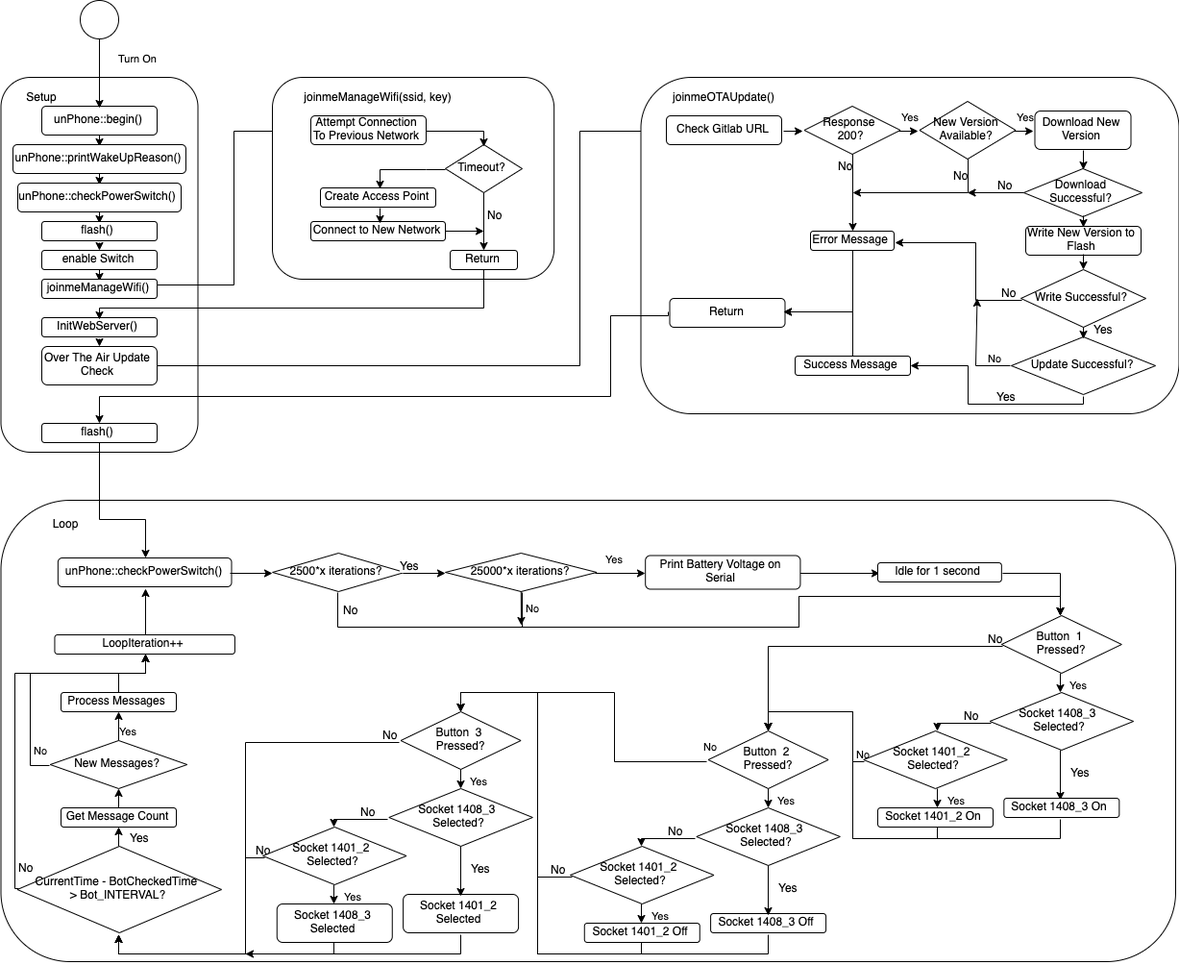
LukePeacock/COM3505-Internet-Of-Things keeps this draw.io diagram as MyProjectThing/doc/startup-loop-states.png. Above is the earlier version. Source tidied: cells renumbered, new cells last; positions are measured from the earlier drawing's top-left corner, leaving out a move shared by most shapes.
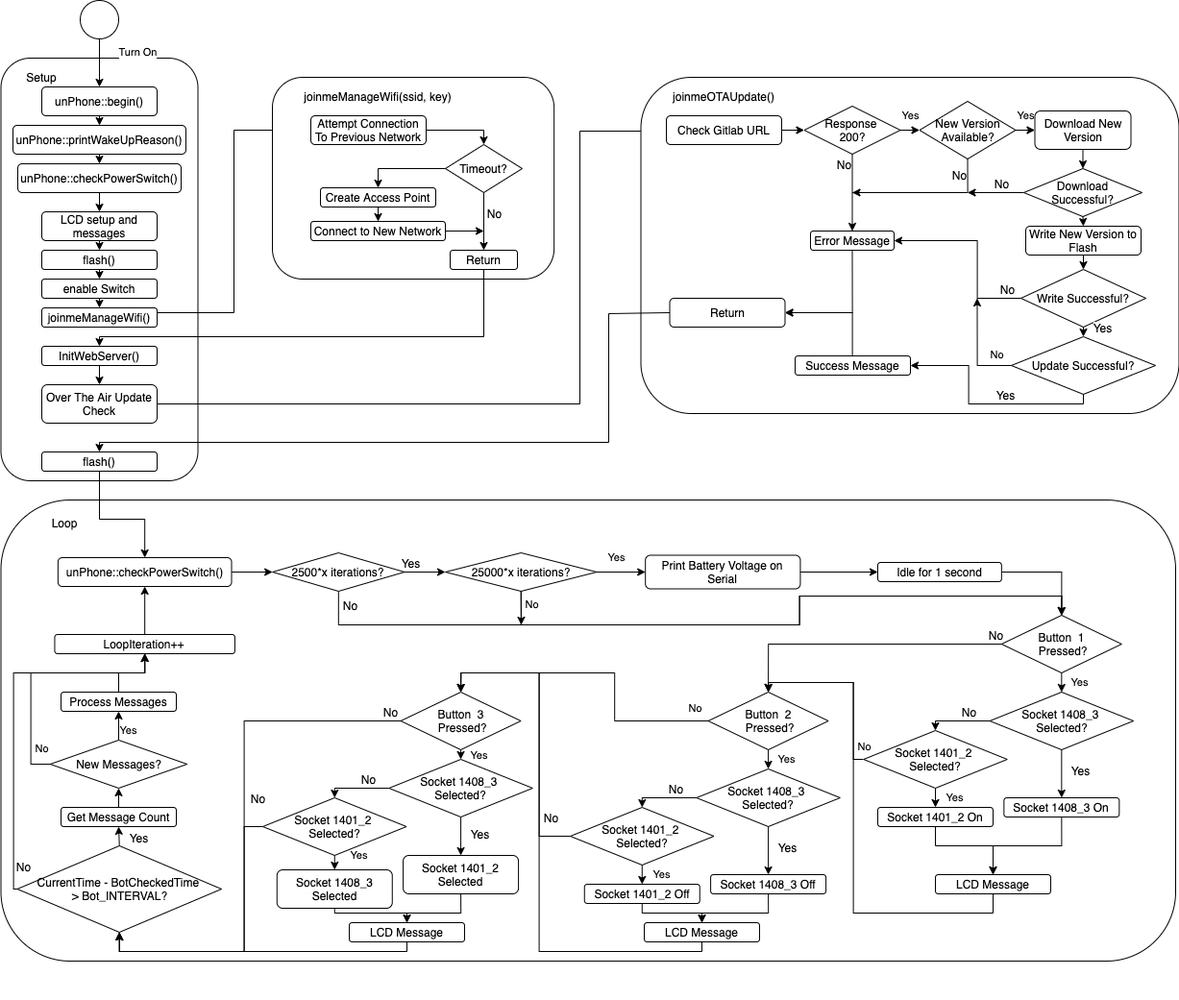
After the commit.

What changed in the source:
```diff
@@ -8,6 +8,6 @@
     <mxCell id="3" style="rounded=1;whiteSpace=wrap;html=1;" parent="1" vertex="1">
-      <mxGeometry x="-0.5" y="80" width="205" height="390" as="geometry" />
+      <mxGeometry x="-0.5" y="60" width="205" height="440" as="geometry" />
     </mxCell>
     <mxCell id="4" value="Setup" style="text;html=1;strokeColor=none;fillColor=none;align=center;verticalAlign=middle;whiteSpace=wrap;rounded=0;" parent="1" vertex="1">
-      <mxGeometry x="22" y="90" width="40" height="20" as="geometry" />
+      <mxGeometry x="22" y="70" width="40" height="20" as="geometry" />
     </mxCell>
@@ -17,3 +17,3 @@
     <mxCell id="6" value="unPhone::begin()" style="rounded=1;whiteSpace=wrap;html=1;" parent="1" vertex="1">
-      <mxGeometry x="42" y="110" width="120" height="30" as="geometry" />
+      <mxGeometry x="42" y="90" width="120" height="30" as="geometry" />
     </mxCell>
@@ -26,9 +26,9 @@
     <mxCell id="9" value="unPhone::printWakeUpReason()" style="rounded=1;whiteSpace=wrap;html=1;" parent="1" vertex="1">
-      <mxGeometry x="12" y="150" width="180" height="30" as="geometry" />
+      <mxGeometry x="12" y="130" width="180" height="30" as="geometry" />
     </mxCell>
-    <mxCell id="10" style="edgeStyle=orthogonalEdgeStyle;rounded=0;jettySize=auto;html=1;exitX=0.5;exitY=1;exitDx=0;exitDy=0;entryX=0.5;entryY=0;entryDx=0;entryDy=0;" parent="1" edge="1" source="11" target="13">
-      <mxGeometry relative="1" as="geometry" />
-    </mxCell>
+    <mxCell id="156" style="edgeStyle=orthogonalEdgeStyle;rounded=0;jettySize=auto;html=1;exitX=0.5;exitY=1;exitDx=0;exitDy=0;entryX=0.5;entryY=0;entryDx=0;entryDy=0;" parent="1" edge="1" source="11" target="169">
+      <mxGeometry relative="1" as="geometry" />
+    </mxCell>
     <mxCell id="11" value="unPhone::checkPowerSwitch()" style="rounded=1;whiteSpace=wrap;html=1;" parent="1" vertex="1">
-      <mxGeometry x="17" y="190" width="170" height="30" as="geometry" />
+      <mxGeometry x="17" y="170" width="170" height="30" as="geometry" />
     </mxCell>
@@ -38,3 +38,3 @@
     <mxCell id="13" value="flash()" style="rounded=1;whiteSpace=wrap;html=1;" parent="1" vertex="1">
-      <mxGeometry x="42" y="230" width="120" height="20" as="geometry" />
+      <mxGeometry x="42" y="260" width="120" height="20" as="geometry" />
     </mxCell>
@@ -44,6 +44,6 @@
     <mxCell id="15" value="enable Switch" style="rounded=1;whiteSpace=wrap;html=1;" parent="1" vertex="1">
-      <mxGeometry x="42" y="260" width="120" height="20" as="geometry" />
+      <mxGeometry x="42" y="290" width="120" height="20" as="geometry" />
     </mxCell>
     <mxCell id="16" value="flash()" style="rounded=1;whiteSpace=wrap;html=1;" parent="1" vertex="1">
-      <mxGeometry x="42" y="440" width="120" height="20" as="geometry" />
+      <mxGeometry x="42" y="470" width="120" height="20" as="geometry" />
     </mxCell>
@@ -53,3 +53,3 @@
     <mxCell id="18" value="joinmeManageWifi()" style="rounded=1;whiteSpace=wrap;html=1;" parent="1" vertex="1">
-      <mxGeometry x="42" y="290" width="120" height="20" as="geometry" />
+      <mxGeometry x="42" y="320" width="120" height="20" as="geometry" />
     </mxCell>
@@ -59,3 +59,3 @@
     <mxCell id="20" value="InitWebServer()" style="rounded=1;whiteSpace=wrap;html=1;" parent="1" vertex="1">
-      <mxGeometry x="42" y="330" width="120" height="20" as="geometry" />
+      <mxGeometry x="42" y="360" width="120" height="20" as="geometry" />
     </mxCell>
@@ -64,3 +64,3 @@
         <Array as="points">
-          <mxPoint x="602" y="380" />
+          <mxPoint x="602" y="420" />
           <mxPoint x="602" y="136" />
@@ -70,3 +70,3 @@
     <mxCell id="22" value="Over The Air Update Check" style="rounded=1;whiteSpace=wrap;html=1;" parent="1" vertex="1">
-      <mxGeometry x="42" y="360" width="120" height="40" as="geometry" />
+      <mxGeometry x="42" y="400" width="120" height="40" as="geometry" />
     </mxCell>
@@ -125,4 +125,4 @@
         <Array as="points">
-          <mxPoint x="502" y="320" />
-          <mxPoint x="102" y="320" />
+          <mxPoint x="502" y="350" />
+          <mxPoint x="102" y="350" />
         </Array>
@@ -277,5 +277,6 @@
         <Array as="points">
+          <mxPoint x="696" y="326" />
           <mxPoint x="632" y="326" />
-          <mxPoint x="632" y="410" />
-          <mxPoint x="102" y="410" />
+          <mxPoint x="632" y="460" />
+          <mxPoint x="102" y="460" />
         </Array>
@@ -284,3 +285,3 @@
     <mxCell id="74" style="group;" parent="1" vertex="1">
-      <mxGeometry x="-0.5" y="520" width="1222.5" height="480" as="geometry" />
+      <mxGeometry x="-0.5" y="520" width="1222.5" height="520" as="geometry" />
     </mxCell>
@@ -395,2 +396,10 @@
     </mxCell>
+    <mxCell id="157" style="edgeStyle=orthogonalEdgeStyle;rounded=0;jettySize=auto;html=1;exitX=0.5;exitY=1;exitDx=0;exitDy=0;entryX=0.5;entryY=0;entryDx=0;entryDy=0;" parent="74" edge="1" source="102" target="163">
+      <mxGeometry relative="1" as="geometry">
+        <Array as="points">
+          <mxPoint x="1104" y="360" />
+          <mxPoint x="1033" y="360" />
+        </Array>
+      </mxGeometry>
+    </mxCell>
     <mxCell id="102" value="Socket 1408_3 On" style="rounded=1;whiteSpace=wrap;html=1;" parent="74" vertex="1">
@@ -398,12 +407,2 @@
     </mxCell>
-    <mxCell id="103" style="edgeStyle=orthogonalEdgeStyle;rounded=0;jettySize=auto;html=1;exitX=0.5;exitY=1;exitDx=0;exitDy=0;entryX=0.5;entryY=0;entryDx=0;entryDy=0;" parent="74" edge="1" source="104" target="110">
-      <mxGeometry relative="1" as="geometry">
-        <Array as="points">
-          <mxPoint x="973" y="350" />
-          <mxPoint x="887" y="350" />
-          <mxPoint x="887" y="220" />
-          <mxPoint x="799" y="220" />
-        </Array>
-      </mxGeometry>
-    </mxCell>
     <mxCell id="104" value="Socket 1401_2 On" style="rounded=1;whiteSpace=wrap;html=1;" parent="74" vertex="1">
@@ -418,4 +417,4 @@
           <mxPoint x="887" y="270" />
-          <mxPoint x="887" y="220" />
-          <mxPoint x="799" y="220" />
+          <mxPoint x="887" y="190" />
+          <mxPoint x="799" y="190" />
         </Array>
@@ -432,9 +431,9 @@
     <mxCell id="109" value="No" style="edgeStyle=orthogonalEdgeStyle;rounded=0;jettySize=auto;html=1;exitX=0;exitY=0.5;exitDx=0;exitDy=0;entryX=0.5;entryY=0;entryDx=0;entryDy=0;" parent="74" edge="1" source="110" target="126">
-      <mxGeometry x="-0.35" y="-100" relative="1" as="geometry" />
+      <mxGeometry x="-0.32" y="-84" relative="1" as="geometry" />
     </mxCell>
     <mxCell id="110" value="Button&amp;nbsp; 2&lt;br&gt;&amp;nbsp;Pressed?" style="rhombus;whiteSpace=wrap;html=1;" parent="74" vertex="1">
-      <mxGeometry x="736.1" y="240" width="125" height="60" as="geometry" />
+      <mxGeometry x="736.1" y="200" width="125" height="60" as="geometry" />
     </mxCell>
     <mxCell id="111" value="Socket 1408_3 &lt;br&gt;Selected?" style="rhombus;whiteSpace=wrap;html=1;" parent="74" vertex="1">
-      <mxGeometry x="723.8" y="320" width="149.5" height="60" as="geometry" />
+      <mxGeometry x="723.8" y="280" width="149.5" height="60" as="geometry" />
     </mxCell>
@@ -443,4 +442,7 @@
     </mxCell>
+    <mxCell id="158" style="edgeStyle=orthogonalEdgeStyle;rounded=0;jettySize=auto;html=1;exitX=0.5;exitY=1;exitDx=0;exitDy=0;entryX=0.5;entryY=0;entryDx=0;entryDy=0;" parent="74" edge="1" source="113" target="165">
+      <mxGeometry relative="1" as="geometry" />
+    </mxCell>
     <mxCell id="113" value="Socket 1408_3 Off" style="rounded=1;whiteSpace=wrap;html=1;" parent="74" vertex="1">
-      <mxGeometry x="738.6" y="430" width="120" height="20" as="geometry" />
+      <mxGeometry x="738.6" y="390" width="120" height="20" as="geometry" />
     </mxCell>
@@ -454,14 +456,12 @@
     </mxCell>
-    <mxCell id="116" style="edgeStyle=orthogonalEdgeStyle;rounded=0;jettySize=auto;html=1;entryX=0.5;entryY=0;entryDx=0;entryDy=0;exitX=0.5;exitY=1;exitDx=0;exitDy=0;" parent="74" edge="1" source="117" target="126">
-      <mxGeometry relative="1" as="geometry">
-        <Array as="points">
-          <mxPoint x="667" y="470" />
-          <mxPoint x="560" y="470" />
-          <mxPoint x="560" y="200" />
-          <mxPoint x="479" y="200" />
-        </Array>
-      </mxGeometry>
-    </mxCell>
+    <mxCell id="159" style="edgeStyle=orthogonalEdgeStyle;rounded=0;jettySize=auto;html=1;exitX=0.5;exitY=1;exitDx=0;exitDy=0;entryX=0.5;entryY=0;entryDx=0;entryDy=0;" parent="74" edge="1" source="117" target="165">
+      <mxGeometry relative="1" as="geometry">
+        <Array as="points">
+          <mxPoint x="667" y="430" />
+          <mxPoint x="730" y="430" />
+        </Array>
+      </mxGeometry>
+    </mxCell>
     <mxCell id="117" value="Socket 1401_2 Off" style="rounded=1;whiteSpace=wrap;html=1;" parent="74" vertex="1">
-      <mxGeometry x="607.3" y="440" width="120" height="20" as="geometry" />
+      <mxGeometry x="607.3" y="400" width="120" height="20" as="geometry" />
     </mxCell>
@@ -473,5 +473,5 @@
         <Array as="points">
-          <mxPoint x="560" y="390" />
-          <mxPoint x="560" y="200" />
-          <mxPoint x="479" y="200" />
+          <mxPoint x="560" y="350" />
+          <mxPoint x="560" y="180" />
+          <mxPoint x="479" y="180" />
         </Array>
@@ -481,3 +481,3 @@
       <mxGeometry x="-0.93" relative="1" as="geometry">
-        <mxPoint x="-4.9" y="-10.1" as="offset" />
+        <mxPoint x="-9.1" y="-20" as="offset" />
       </mxGeometry>
@@ -485,3 +485,3 @@
     <mxCell id="121" value="Socket 1401_2&amp;nbsp;&lt;br&gt;Selected?" style="rhombus;whiteSpace=wrap;html=1;" parent="74" vertex="1">
-      <mxGeometry x="592.5" y="360" width="149.5" height="60" as="geometry" />
+      <mxGeometry x="592.5" y="320" width="149.5" height="60" as="geometry" />
     </mxCell>
@@ -490,3 +490,3 @@
         <Array as="points">
-          <mxPoint x="667.8" y="350" />
+          <mxPoint x="667.8" y="310" />
         </Array>
@@ -502,3 +502,3 @@
         <Array as="points">
-          <mxPoint x="253" y="250" />
+          <mxPoint x="253" y="230" />
           <mxPoint x="253" y="470" />
@@ -514,12 +514,17 @@
     <mxCell id="126" value="Button&amp;nbsp; 3&lt;br&gt;&amp;nbsp;Pressed?" style="rhombus;whiteSpace=wrap;html=1;" parent="74" vertex="1">
-      <mxGeometry x="416.1" y="220" width="125" height="60" as="geometry" />
+      <mxGeometry x="416.1" y="200" width="125" height="60" as="geometry" />
     </mxCell>
     <mxCell id="127" value="Socket 1408_3 &lt;br&gt;Selected?" style="rhombus;whiteSpace=wrap;html=1;" parent="74" vertex="1">
-      <mxGeometry x="403.8" y="300" width="149.5" height="60" as="geometry" />
+      <mxGeometry x="403.8" y="270" width="149.5" height="60" as="geometry" />
     </mxCell>
-    <mxCell id="128" value="Yes" style="edgeStyle=orthogonalEdgeStyle;rounded=0;jettySize=auto;html=1;exitX=0.5;exitY=1;exitDx=0;exitDy=0;entryX=0.5;entryY=0;entryDx=0;entryDy=0;" parent="74" edge="1" source="126" target="127">
-      <mxGeometry x="0.02" y="19" relative="1" as="geometry" />
+    <mxCell id="128" value="Yes" style="edgeStyle=orthogonalEdgeStyle;rounded=0;jettySize=auto;html=1;exitX=0.5;exitY=1;exitDx=0;exitDy=0;" parent="74" edge="1" source="126">
+      <mxGeometry x="0.02" y="19" relative="1" as="geometry">
+        <mxPoint x="478.5" y="270" as="targetPoint" />
+      </mxGeometry>
     </mxCell>
+    <mxCell id="160" style="edgeStyle=orthogonalEdgeStyle;rounded=0;jettySize=auto;html=1;exitX=0.5;exitY=1;exitDx=0;exitDy=0;entryX=0.5;entryY=0;entryDx=0;entryDy=0;" parent="74" edge="1" source="129" target="167">
+      <mxGeometry relative="1" as="geometry" />
+    </mxCell>
     <mxCell id="129" value="Socket 1401_2 Selected" style="rounded=1;whiteSpace=wrap;html=1;" parent="74" vertex="1">
-      <mxGeometry x="418.6" y="410" width="120" height="40" as="geometry" />
+      <mxGeometry x="418.6" y="370" width="120" height="40" as="geometry" />
     </mxCell>
@@ -533,21 +538,20 @@
     </mxCell>
-    <mxCell id="132" style="edgeStyle=orthogonalEdgeStyle;rounded=0;jettySize=auto;html=1;exitX=0.5;exitY=1;exitDx=0;exitDy=0;entryX=0.5;entryY=1;entryDx=0;entryDy=0;" parent="74" edge="1" source="133" target="146">
-      <mxGeometry relative="1" as="geometry">
-        <Array as="points">
-          <mxPoint x="347" y="470" />
-          <mxPoint x="123" y="470" />
-        </Array>
-      </mxGeometry>
-    </mxCell>
+    <mxCell id="161" style="edgeStyle=orthogonalEdgeStyle;rounded=0;jettySize=auto;html=1;exitX=0.5;exitY=1;exitDx=0;exitDy=0;entryX=0.5;entryY=0;entryDx=0;entryDy=0;" parent="74" edge="1" source="133" target="167">
+      <mxGeometry relative="1" as="geometry">
+        <Array as="points">
+          <mxPoint x="347" y="430" />
+          <mxPoint x="423" y="430" />
+        </Array>
+      </mxGeometry>
+    </mxCell>
     <mxCell id="133" value="Socket 1408_3 Selected" style="rounded=1;whiteSpace=wrap;html=1;" parent="74" vertex="1">
-      <mxGeometry x="287.3" y="420" width="120" height="40" as="geometry" />
+      <mxGeometry x="287.3" y="385" width="120" height="40" as="geometry" />
     </mxCell>
     <mxCell id="134" value="Yes" style="edgeStyle=orthogonalEdgeStyle;rounded=0;jettySize=auto;html=1;exitX=0.5;exitY=1;exitDx=0;exitDy=0;entryX=0.5;entryY=0;entryDx=0;entryDy=0;" parent="74" edge="1" source="137" target="133">
-      <mxGeometry y="20" relative="1" as="geometry" />
+      <mxGeometry x="-1" y="25" relative="1" as="geometry" />
     </mxCell>
-    <mxCell id="135" style="edgeStyle=orthogonalEdgeStyle;rounded=0;jettySize=auto;html=1;exitX=0;exitY=0.5;exitDx=0;exitDy=0;entryX=0.5;entryY=1;entryDx=0;entryDy=0;" parent="74" edge="1" target="146">
+    <mxCell id="135" style="edgeStyle=orthogonalEdgeStyle;rounded=0;jettySize=auto;html=1;exitX=0;exitY=0.5;exitDx=0;exitDy=0;entryX=0.5;entryY=1;entryDx=0;entryDy=0;" parent="74" edge="1" source="137" target="146">
       <mxGeometry relative="1" as="geometry">
-        <mxPoint x="273.5" y="370" as="sourcePoint" />
         <Array as="points">
-          <mxPoint x="253" y="370" />
+          <mxPoint x="253" y="340" />
           <mxPoint x="253" y="470" />
@@ -559,3 +563,3 @@
       <mxGeometry x="-0.96" y="1" relative="1" as="geometry">
-        <mxPoint y="-11.2" as="offset" />
+        <mxPoint y="-31.2" as="offset" />
       </mxGeometry>
@@ -563,3 +567,3 @@
     <mxCell id="137" value="Socket 1401_2&amp;nbsp;&lt;br&gt;Selected?" style="rhombus;whiteSpace=wrap;html=1;" parent="74" vertex="1">
-      <mxGeometry x="272.5" y="340" width="149.5" height="60" as="geometry" />
+      <mxGeometry x="272.5" y="310" width="149.5" height="60" as="geometry" />
     </mxCell>
@@ -568,3 +572,3 @@
         <Array as="points">
-          <mxPoint x="347.8" y="330" />
+          <mxPoint x="347" y="300" />
         </Array>
@@ -577,23 +581,2 @@
     </mxCell>
-    <mxCell id="140" style="edgeStyle=orthogonalEdgeStyle;rounded=0;jettySize=auto;html=1;exitX=0.5;exitY=1;exitDx=0;exitDy=0;entryX=0.5;entryY=0;entryDx=0;entryDy=0;" parent="74" edge="1" source="102">
-      <mxGeometry relative="1" as="geometry">
-        <mxPoint x="798.6" y="240.1" as="targetPoint" />
-        <Array as="points">
-          <mxPoint x="1104" y="350" />
-          <mxPoint x="887" y="350" />
-          <mxPoint x="887" y="220" />
-          <mxPoint x="799" y="220" />
-        </Array>
-      </mxGeometry>
-    </mxCell>
-    <mxCell id="141" style="edgeStyle=orthogonalEdgeStyle;rounded=0;jettySize=auto;html=1;exitX=0.5;exitY=1;exitDx=0;exitDy=0;entryX=0.5;entryY=0;entryDx=0;entryDy=0;" parent="74" edge="1" source="113" target="126">
-      <mxGeometry relative="1" as="geometry">
-        <Array as="points">
-          <mxPoint x="799" y="470" />
-          <mxPoint x="560" y="470" />
-          <mxPoint x="560" y="200" />
-          <mxPoint x="479" y="200" />
-        </Array>
-      </mxGeometry>
-    </mxCell>
     <mxCell id="142" style="edgeStyle=orthogonalEdgeStyle;rounded=0;jettySize=auto;html=1;exitX=0.5;exitY=0;exitDx=0;exitDy=0;entryX=0.5;entryY=1;entryDx=0;entryDy=0;" parent="74" edge="1" source="146" target="153">
@@ -650,2 +633,39 @@
     </mxCell>
+    <mxCell id="162" style="edgeStyle=orthogonalEdgeStyle;rounded=0;jettySize=auto;html=1;exitX=0.5;exitY=1;exitDx=0;exitDy=0;entryX=0.5;entryY=0;entryDx=0;entryDy=0;" parent="74" edge="1" source="163" target="110">
+      <mxGeometry relative="1" as="geometry">
+        <Array as="points">
+          <mxPoint x="1033" y="430" />
+          <mxPoint x="887" y="430" />
+          <mxPoint x="887" y="190" />
+          <mxPoint x="799" y="190" />
+        </Array>
+      </mxGeometry>
+    </mxCell>
+    <mxCell id="163" value="LCD Message" style="rounded=1;whiteSpace=wrap;html=1;" parent="74" vertex="1">
+      <mxGeometry x="972.5" y="390" width="120" height="20" as="geometry" />
+    </mxCell>
+    <mxCell id="164" style="edgeStyle=orthogonalEdgeStyle;rounded=0;jettySize=auto;html=1;exitX=0.5;exitY=1;exitDx=0;exitDy=0;entryX=0.5;entryY=0;entryDx=0;entryDy=0;" parent="74" edge="1" source="165" target="126">
+      <mxGeometry relative="1" as="geometry">
+        <Array as="points">
+          <mxPoint x="730" y="470" />
+          <mxPoint x="560" y="470" />
+          <mxPoint x="560" y="180" />
+          <mxPoint x="479" y="180" />
+        </Array>
+      </mxGeometry>
+    </mxCell>
+    <mxCell id="165" value="LCD Message" style="rounded=1;whiteSpace=wrap;html=1;" parent="74" vertex="1">
+      <mxGeometry x="669.5" y="440" width="120" height="20" as="geometry" />
+    </mxCell>
+    <mxCell id="166" style="edgeStyle=orthogonalEdgeStyle;rounded=0;jettySize=auto;html=1;exitX=0.5;exitY=1;exitDx=0;exitDy=0;entryX=0.5;entryY=1;entryDx=0;entryDy=0;" parent="74" edge="1" source="167" target="146">
+      <mxGeometry relative="1" as="geometry">
+        <Array as="points">
+          <mxPoint x="423" y="470" />
+          <mxPoint x="123" y="470" />
+        </Array>
+      </mxGeometry>
+    </mxCell>
+    <mxCell id="167" value="LCD Message" style="rounded=1;whiteSpace=wrap;html=1;" parent="74" vertex="1">
+      <mxGeometry x="362.5" y="440" width="120" height="20" as="geometry" />
+    </mxCell>
     <mxCell id="154" style="edgeStyle=orthogonalEdgeStyle;rounded=0;jettySize=auto;html=1;exitX=0.5;exitY=1;exitDx=0;exitDy=0;entryX=0.5;entryY=0;entryDx=0;entryDy=0;" parent="1" edge="1" source="16" target="77">
@@ -658,10 +678,17 @@
     </mxCell>
-    <mxCell id="155" style="edgeStyle=orthogonalEdgeStyle;rounded=0;jettySize=auto;html=1;exitX=0.5;exitY=1;exitDx=0;exitDy=0;" parent="1" edge="1" source="129">
-      <mxGeometry relative="1" as="geometry">
-        <mxPoint x="252" y="990" as="targetPoint" />
-        <Array as="points">
-          <mxPoint x="478" y="990" />
-        </Array>
-      </mxGeometry>
-    </mxCell>
+    <mxCell id="168" style="edgeStyle=orthogonalEdgeStyle;rounded=0;jettySize=auto;html=1;exitX=0.5;exitY=1;exitDx=0;exitDy=0;entryX=0.5;entryY=0;entryDx=0;entryDy=0;" parent="1" edge="1" source="169" target="13">
+      <mxGeometry relative="1" as="geometry" />
+    </mxCell>
+    <mxCell id="169" value="LCD setup and messages" style="rounded=1;whiteSpace=wrap;html=1;" parent="1" vertex="1">
+      <mxGeometry x="42" y="220" width="120" height="30" as="geometry" />
+    </mxCell>
+    <mxCell id="170" style="edgeStyle=orthogonalEdgeStyle;rounded=0;jettySize=auto;html=1;exitX=0.5;exitY=1;exitDx=0;exitDy=0;" parent="1" edge="1" source="104">
+      <mxGeometry relative="1" as="geometry">
+        <mxPoint x="1032" y="910" as="targetPoint" />
+        <Array as="points">
+          <mxPoint x="972" y="880" />
+          <mxPoint x="1032" y="880" />
+        </Array>
+      </mxGeometry>
+    </mxCell>
   </root>
```
